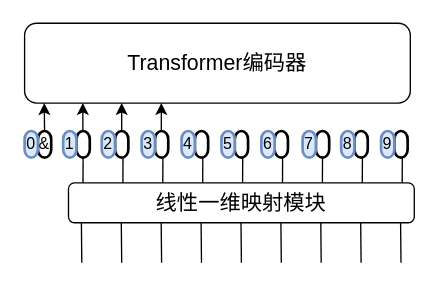
The draw.io diagram 未命名绘图.drawio in infiniteaim/Repository-from-Anonus, before the edit. Source tidied: cells renumbered, new cells numbered last; positions are measured from the earlier drawing's top-left corner, leaving out a move shared by most shapes. Both pictures are drawn from the tidied source at 133%, with x=0, y=0 at pixel (24, 23).
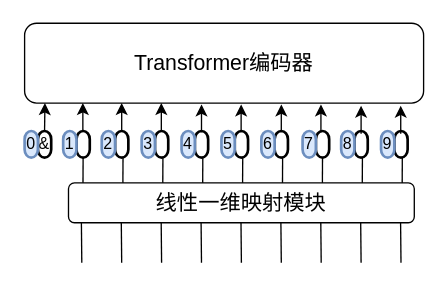
The same page after the edit.

The edit, as a diff of the source:
```diff
@@
     <mxCell id="41" value="&lt;font style=&quot;font-size: 16px;&quot;&gt;Transformer编码器&lt;/font&gt;" style="rounded=1;whiteSpace=wrap;html=1;" parent="1" vertex="1">
-      <mxGeometry width="290" height="60" as="geometry" />
+      <mxGeometry width="300" height="60" as="geometry" />
     </mxCell>
@@
+    <mxCell id="46" style="edgeStyle=orthogonalEdgeStyle;rounded=0;orthogonalLoop=1;jettySize=auto;html=1;exitX=0;exitY=0.5;exitDx=0;exitDy=0;exitPerimeter=0;entryX=0.051;entryY=1;entryDx=0;entryDy=0;entryPerimeter=0;" parent="1" edge="1">
+      <mxGeometry relative="1" as="geometry">
+        <mxPoint x="133" y="82" as="sourcePoint" />
+        <mxPoint x="133" y="61" as="targetPoint" />
+      </mxGeometry>
+    </mxCell>
+    <mxCell id="47" style="edgeStyle=orthogonalEdgeStyle;rounded=0;orthogonalLoop=1;jettySize=auto;html=1;exitX=0;exitY=0.5;exitDx=0;exitDy=0;exitPerimeter=0;entryX=0.051;entryY=1;entryDx=0;entryDy=0;entryPerimeter=0;" parent="1" edge="1">
+      <mxGeometry relative="1" as="geometry">
+        <mxPoint x="162.8" y="82" as="sourcePoint" />
+        <mxPoint x="162.8" y="61" as="targetPoint" />
+        <Array as="points">
+          <mxPoint x="162.8" y="61" />
+        </Array>
+      </mxGeometry>
+    </mxCell>
+    <mxCell id="48" style="edgeStyle=orthogonalEdgeStyle;rounded=0;orthogonalLoop=1;jettySize=auto;html=1;exitX=0;exitY=0.5;exitDx=0;exitDy=0;exitPerimeter=0;entryX=0.051;entryY=1;entryDx=0;entryDy=0;entryPerimeter=0;" parent="1" edge="1">
+      <mxGeometry relative="1" as="geometry">
+        <mxPoint x="193" y="82" as="sourcePoint" />
+        <mxPoint x="193" y="61" as="targetPoint" />
+      </mxGeometry>
+    </mxCell>
+    <mxCell id="49" style="edgeStyle=orthogonalEdgeStyle;rounded=0;orthogonalLoop=1;jettySize=auto;html=1;exitX=0;exitY=0.5;exitDx=0;exitDy=0;exitPerimeter=0;entryX=0.051;entryY=1;entryDx=0;entryDy=0;entryPerimeter=0;" parent="1" edge="1">
+      <mxGeometry relative="1" as="geometry">
+        <mxPoint x="222.8" y="82" as="sourcePoint" />
+        <mxPoint x="222.8" y="61" as="targetPoint" />
+        <Array as="points">
+          <mxPoint x="222.8" y="61" />
+        </Array>
+      </mxGeometry>
+    </mxCell>
+    <mxCell id="50" style="edgeStyle=orthogonalEdgeStyle;rounded=0;orthogonalLoop=1;jettySize=auto;html=1;exitX=0;exitY=0.5;exitDx=0;exitDy=0;exitPerimeter=0;entryX=0.051;entryY=1;entryDx=0;entryDy=0;entryPerimeter=0;" parent="1" edge="1">
+      <mxGeometry relative="1" as="geometry">
+        <mxPoint x="253" y="83" as="sourcePoint" />
+        <mxPoint x="253" y="62" as="targetPoint" />
+      </mxGeometry>
+    </mxCell>
+    <mxCell id="51" style="edgeStyle=orthogonalEdgeStyle;rounded=0;orthogonalLoop=1;jettySize=auto;html=1;exitX=0;exitY=0.5;exitDx=0;exitDy=0;exitPerimeter=0;entryX=0.051;entryY=1;entryDx=0;entryDy=0;entryPerimeter=0;" parent="1" edge="1">
+      <mxGeometry relative="1" as="geometry">
+        <mxPoint x="282.8" y="83" as="sourcePoint" />
+        <mxPoint x="282.8" y="62" as="targetPoint" />
+        <Array as="points">
+          <mxPoint x="282.8" y="62" />
+        </Array>
+      </mxGeometry>
+    </mxCell>
```
